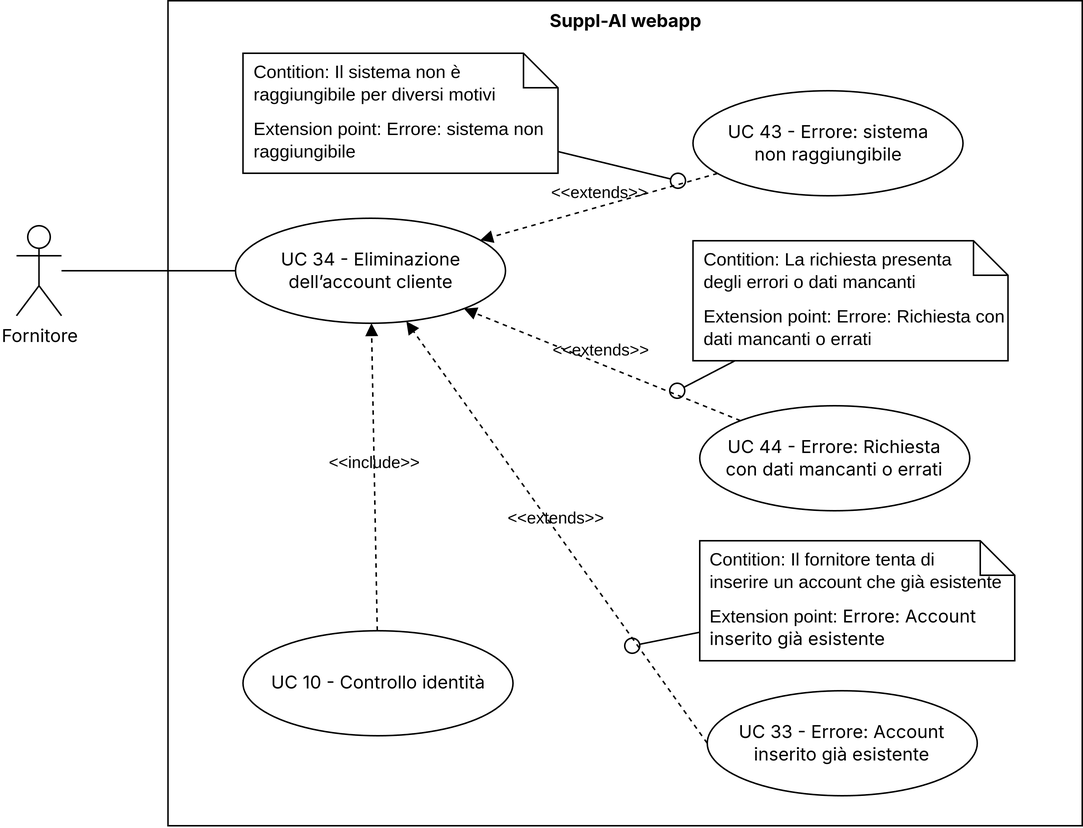
CodeHex16/documentazione keeps this draw.io diagram as 3 - PB/imgs/uc34.png. Above is the earlier version. Source tidied: cells renumbered, new cells last; positions are measured from the earlier drawing's top-left corner, leaving out a move shared by most shapes. The source it was exported from:
```xml
<mxGraphModel>
  <root>
    <mxCell id="0" />
    <mxCell id="1" parent="0" />
    <mxCell id="2" value="Fornitore" style="shape=umlActor;verticalLabelPosition=bottom;verticalAlign=top;html=1;outlineConnect=0;fontFamily=Inter;" parent="1" vertex="1">
      <mxGeometry x="-0.5" y="150" width="30" height="60" as="geometry" />
    </mxCell>
    <mxCell id="3" value="Suppl-AI webapp" style="shape=rect;html=1;verticalAlign=top;fontStyle=1;whiteSpace=wrap;align=center;fontFamily=Inter;" parent="1" vertex="1">
      <mxGeometry x="100.5" width="609.5" height="550" as="geometry" />
    </mxCell>
    <mxCell id="4" value="UC 34 - Eliminazione dell’account cliente" style="ellipse;whiteSpace=wrap;html=1;fontFamily=Inter;" parent="1" vertex="1">
      <mxGeometry x="145.5" y="145" width="180" height="70" as="geometry" />
    </mxCell>
    <mxCell id="5" value="UC 43 - Errore: sistema &lt;br&gt;non raggiungibile" style="ellipse;whiteSpace=wrap;html=1;fontFamily=Inter;" parent="1" vertex="1">
      <mxGeometry x="450.5" y="60" width="180" height="70" as="geometry" />
    </mxCell>
    <mxCell id="6" value="&amp;lt;&amp;lt;extends&amp;gt;&amp;gt;" style="html=1;verticalAlign=bottom;labelBackgroundColor=none;endArrow=block;endFill=1;dashed=1;rounded=0;" parent="1" edge="1" source="5" target="4">
      <mxGeometry relative="1" as="geometry" />
    </mxCell>
    <mxCell id="7" style="endArrow=none;html=1;rounded=0;" parent="1" edge="1" source="2" target="4">
      <mxGeometry relative="1" as="geometry" />
    </mxCell>
    <mxCell id="8" style="endArrow=oval;html=1;rounded=0;endFill=0;endSize=10;" parent="1" edge="1" source="9">
      <mxGeometry relative="1" as="geometry">
        <mxPoint x="440.5" y="120" as="targetPoint" />
      </mxGeometry>
    </mxCell>
    <mxCell id="9" value="&lt;br&gt;Extension point: Errore: sistema non raggiungibile" style="shape=note2;boundedLbl=1;whiteSpace=wrap;html=1;size=23;verticalAlign=top;align=left;spacingLeft=5;" parent="1" vertex="1">
      <mxGeometry x="150.5" y="35" width="210" height="80" as="geometry" />
    </mxCell>
    <mxCell id="10" value="&lt;span style=&quot;text-align: center;&quot;&gt;Contition: Il sistema non è raggiungibile per diversi motivi&lt;/span&gt;" style="strokeColor=none;fillColor=none;align=left;spacingLeft=5;whiteSpace=wrap;html=1;" parent="9" vertex="1">
      <mxGeometry width="210" height="40" relative="1" as="geometry" />
    </mxCell>
    <mxCell id="11" style="edgeStyle=orthogonalEdgeStyle;rounded=0;orthogonalLoop=1;jettySize=auto;html=1;exitX=0.5;exitY=1;exitDx=0;exitDy=0;" parent="9" edge="1" source="10" target="10">
      <mxGeometry relative="1" as="geometry" />
    </mxCell>
    <mxCell id="12" value="&lt;div&gt;UC 44 - Errore: Richiesta&lt;/div&gt;&lt;div&gt;con dati mancanti o errati&lt;/div&gt;" style="ellipse;whiteSpace=wrap;html=1;fontFamily=Inter;" parent="1" vertex="1">
      <mxGeometry x="455" y="270" width="180" height="70" as="geometry" />
    </mxCell>
    <mxCell id="13" style="endArrow=oval;html=1;rounded=0;endFill=0;endSize=10;" parent="1" edge="1" source="15">
      <mxGeometry relative="1" as="geometry">
        <mxPoint x="440" y="260" as="targetPoint" />
      </mxGeometry>
    </mxCell>
    <mxCell id="14" value="&amp;lt;&amp;lt;extends&amp;gt;&amp;gt;" style="html=1;verticalAlign=bottom;labelBackgroundColor=none;endArrow=block;endFill=1;dashed=1;rounded=0;" parent="1" edge="1" source="12" target="4">
      <mxGeometry relative="1" as="geometry" />
    </mxCell>
    <mxCell id="15" value="&lt;br&gt;Extension point: Errore: Richiesta con dati mancanti o errati" style="shape=note2;boundedLbl=1;whiteSpace=wrap;html=1;size=23;verticalAlign=top;align=left;spacingLeft=5;" parent="1" vertex="1">
      <mxGeometry x="450.5" y="160" width="210" height="80" as="geometry" />
    </mxCell>
    <mxCell id="16" value="&lt;span style=&quot;text-align: center;&quot;&gt;Contition: La richiesta presenta&lt;/span&gt;&lt;br style=&quot;text-align: center;&quot;&gt;&lt;span style=&quot;text-align: center;&quot;&gt;degli errori o dati mancanti&amp;nbsp;&amp;nbsp;&lt;/span&gt;" style="strokeColor=none;fillColor=none;align=left;spacingLeft=5;whiteSpace=wrap;html=1;" parent="15" vertex="1">
      <mxGeometry width="210" height="40" relative="1" as="geometry" />
    </mxCell>
    <mxCell id="17" style="edgeStyle=orthogonalEdgeStyle;rounded=0;orthogonalLoop=1;jettySize=auto;html=1;exitX=0.5;exitY=1;exitDx=0;exitDy=0;" parent="15" edge="1" source="16" target="16">
      <mxGeometry relative="1" as="geometry" />
    </mxCell>
    <mxCell id="18" value="UC 33 - Errore: Account inserito già esistente" style="ellipse;whiteSpace=wrap;html=1;fontFamily=Inter;" parent="1" vertex="1">
      <mxGeometry x="460" y="460" width="180" height="70" as="geometry" />
    </mxCell>
    <mxCell id="19" value="&lt;br&gt;Extension point:&amp;nbsp;&lt;span style=&quot;font-family: Inter; text-align: center;&quot;&gt;Errore: Account inserito già esistente&lt;/span&gt;" style="shape=note2;boundedLbl=1;whiteSpace=wrap;html=1;size=23;verticalAlign=top;align=left;spacingLeft=5;" parent="1" vertex="1">
      <mxGeometry x="455" y="360" width="210" height="80" as="geometry" />
    </mxCell>
    <mxCell id="20" value="&lt;span style=&quot;text-align: center;&quot;&gt;Contition: Il fornitore tenta di &lt;br&gt;inserire un account che già esistente&lt;/span&gt;&lt;span style=&quot;text-align: center;&quot;&gt;&amp;nbsp;&amp;nbsp;&lt;/span&gt;" style="strokeColor=none;fillColor=none;align=left;spacingLeft=5;whiteSpace=wrap;html=1;" parent="19" vertex="1">
      <mxGeometry width="210" height="40" relative="1" as="geometry" />
    </mxCell>
    <mxCell id="21" style="edgeStyle=orthogonalEdgeStyle;rounded=0;orthogonalLoop=1;jettySize=auto;html=1;exitX=0.5;exitY=1;exitDx=0;exitDy=0;" parent="19" edge="1" source="20" target="20">
      <mxGeometry relative="1" as="geometry" />
    </mxCell>
    <mxCell id="22" value="&amp;lt;&amp;lt;extends&amp;gt;&amp;gt;" style="html=1;verticalAlign=bottom;labelBackgroundColor=none;endArrow=block;endFill=1;dashed=1;rounded=0;exitX=0;exitY=0.5;exitDx=0;exitDy=0;" parent="1" edge="1" source="18" target="4">
      <mxGeometry relative="1" as="geometry" />
    </mxCell>
    <mxCell id="23" style="endArrow=oval;html=1;rounded=0;endFill=0;endSize=10;" parent="1" edge="1" source="19">
      <mxGeometry relative="1" as="geometry">
        <mxPoint x="410" y="430" as="targetPoint" />
      </mxGeometry>
    </mxCell>
    <mxCell id="24" value="UC 10 - Controllo identità" style="ellipse;whiteSpace=wrap;html=1;fontFamily=Inter;" parent="1" vertex="1">
      <mxGeometry x="150.5" y="420" width="180" height="70" as="geometry" />
    </mxCell>
    <mxCell id="25" value="&amp;lt;&amp;lt;include&amp;gt;&amp;gt;" style="html=1;verticalAlign=bottom;labelBackgroundColor=none;endArrow=block;endFill=1;dashed=1;rounded=0;" parent="1" edge="1" source="24" target="4">
      <mxGeometry relative="1" as="geometry" />
    </mxCell>
  </root>
</mxGraphModel>
```
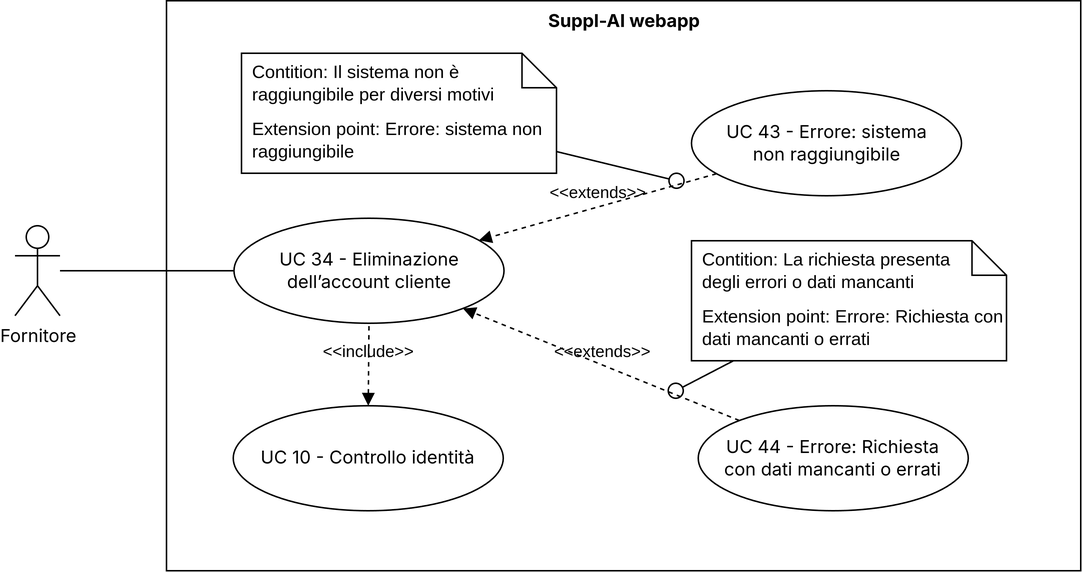
After the change.

What changed in the source:
```diff
@@ -6,7 +6,7 @@
       <mxGeometry x="-0.5" y="150" width="30" height="60" as="geometry" />
     </mxCell>
     <mxCell id="3" value="Suppl-AI webapp" style="shape=rect;html=1;verticalAlign=top;fontStyle=1;whiteSpace=wrap;align=center;fontFamily=Inter;" parent="1" vertex="1">
-      <mxGeometry x="100.5" width="609.5" height="550" as="geometry" />
+      <mxGeometry x="100.5" width="609.5" height="380" as="geometry" />
     </mxCell>
     <mxCell id="4" value="UC 34 - Eliminazione dell’account cliente" style="ellipse;whiteSpace=wrap;html=1;fontFamily=Inter;" parent="1" vertex="1">
       <mxGeometry x="145.5" y="145" width="180" height="70" as="geometry" />
@@ -54,31 +54,11 @@
     <mxCell id="17" style="edgeStyle=orthogonalEdgeStyle;rounded=0;orthogonalLoop=1;jettySize=auto;html=1;exitX=0.5;exitY=1;exitDx=0;exitDy=0;" parent="15" edge="1" source="16" target="16">
       <mxGeometry relative="1" as="geometry" />
     </mxCell>
-    <mxCell id="18" value="UC 33 - Errore: Account inserito già esistente" style="ellipse;whiteSpace=wrap;html=1;fontFamily=Inter;" parent="1" vertex="1">
-      <mxGeometry x="460" y="460" width="180" height="70" as="geometry" />
+    <mxCell id="18" value="UC 10 - Controllo identità" style="ellipse;whiteSpace=wrap;html=1;fontFamily=Inter;" parent="1" vertex="1">
+      <mxGeometry x="145" y="270" width="180" height="70" as="geometry" />
     </mxCell>
-    <mxCell id="19" value="&lt;br&gt;Extension point:&amp;nbsp;&lt;span style=&quot;font-family: Inter; text-align: center;&quot;&gt;Errore: Account inserito già esistente&lt;/span&gt;" style="shape=note2;boundedLbl=1;whiteSpace=wrap;html=1;size=23;verticalAlign=top;align=left;spacingLeft=5;" parent="1" vertex="1">
-      <mxGeometry x="455" y="360" width="210" height="80" as="geometry" />
+    <mxCell id="19" value="&amp;lt;&amp;lt;include&amp;gt;&amp;gt;" style="html=1;verticalAlign=bottom;labelBackgroundColor=none;endArrow=none;endFill=1;dashed=1;rounded=0;startFill=1;startArrow=block;" parent="1" edge="1" source="18" target="4">
+      <mxGeometry relative="1" as="geometry" />
     </mxCell>
-    <mxCell id="20" value="&lt;span style=&quot;text-align: center;&quot;&gt;Contition: Il fornitore tenta di &lt;br&gt;inserire un account che già esistente&lt;/span&gt;&lt;span style=&quot;text-align: center;&quot;&gt;&amp;nbsp;&amp;nbsp;&lt;/span&gt;" style="strokeColor=none;fillColor=none;align=left;spacingLeft=5;whiteSpace=wrap;html=1;" parent="19" vertex="1">
-      <mxGeometry width="210" height="40" relative="1" as="geometry" />
-    </mxCell>
-    <mxCell id="21" style="edgeStyle=orthogonalEdgeStyle;rounded=0;orthogonalLoop=1;jettySize=auto;html=1;exitX=0.5;exitY=1;exitDx=0;exitDy=0;" parent="19" edge="1" source="20" target="20">
-      <mxGeometry relative="1" as="geometry" />
-    </mxCell>
-    <mxCell id="22" value="&amp;lt;&amp;lt;extends&amp;gt;&amp;gt;" style="html=1;verticalAlign=bottom;labelBackgroundColor=none;endArrow=block;endFill=1;dashed=1;rounded=0;exitX=0;exitY=0.5;exitDx=0;exitDy=0;" parent="1" edge="1" source="18" target="4">
-      <mxGeometry relative="1" as="geometry" />
-    </mxCell>
-    <mxCell id="23" style="endArrow=oval;html=1;rounded=0;endFill=0;endSize=10;" parent="1" edge="1" source="19">
-      <mxGeometry relative="1" as="geometry">
-        <mxPoint x="410" y="430" as="targetPoint" />
-      </mxGeometry>
-    </mxCell>
-    <mxCell id="24" value="UC 10 - Controllo identità" style="ellipse;whiteSpace=wrap;html=1;fontFamily=Inter;" parent="1" vertex="1">
-      <mxGeometry x="150.5" y="420" width="180" height="70" as="geometry" />
-    </mxCell>
-    <mxCell id="25" value="&amp;lt;&amp;lt;include&amp;gt;&amp;gt;" style="html=1;verticalAlign=bottom;labelBackgroundColor=none;endArrow=block;endFill=1;dashed=1;rounded=0;" parent="1" edge="1" source="24" target="4">
-      <mxGeometry relative="1" as="geometry" />
-    </mxCell>
   </root>
 </mxGraphModel>
```
